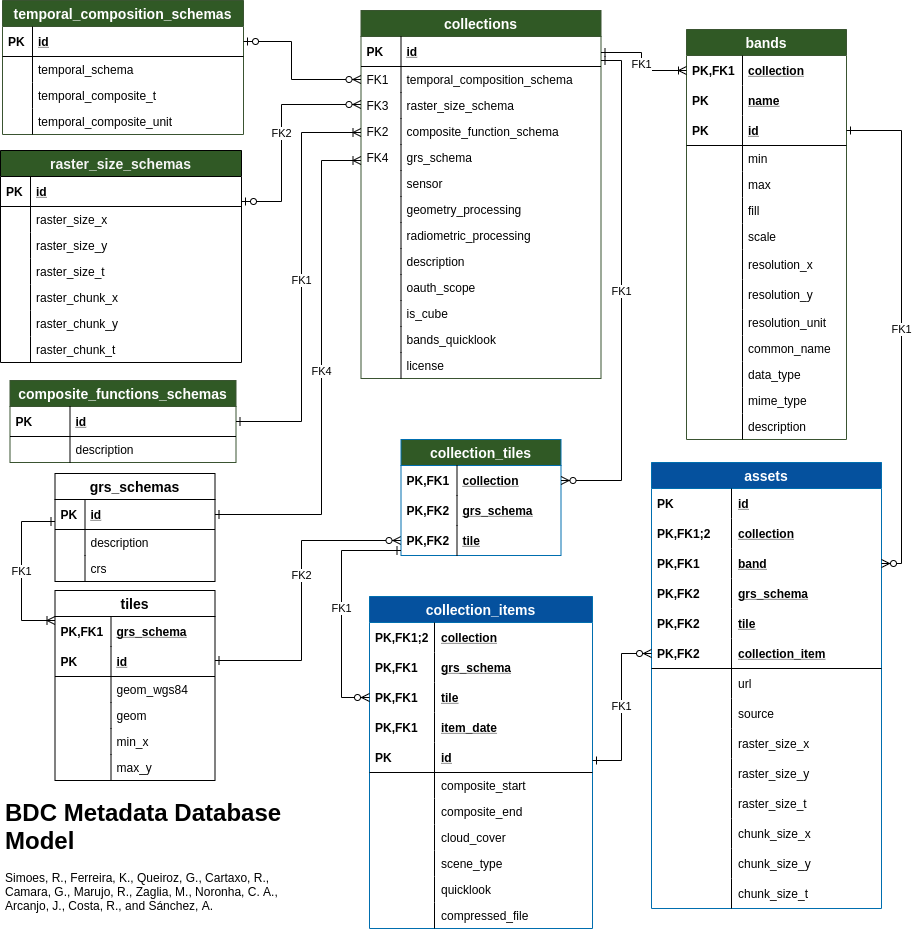
Before: doc/model/db-schema.png, a diagram exported from draw.io (brazil-data-cube/bdc-catalog). Source tidied: cells renumbered, new cells last; positions are measured from the earlier drawing's top-left corner, leaving out a move shared by most shapes.
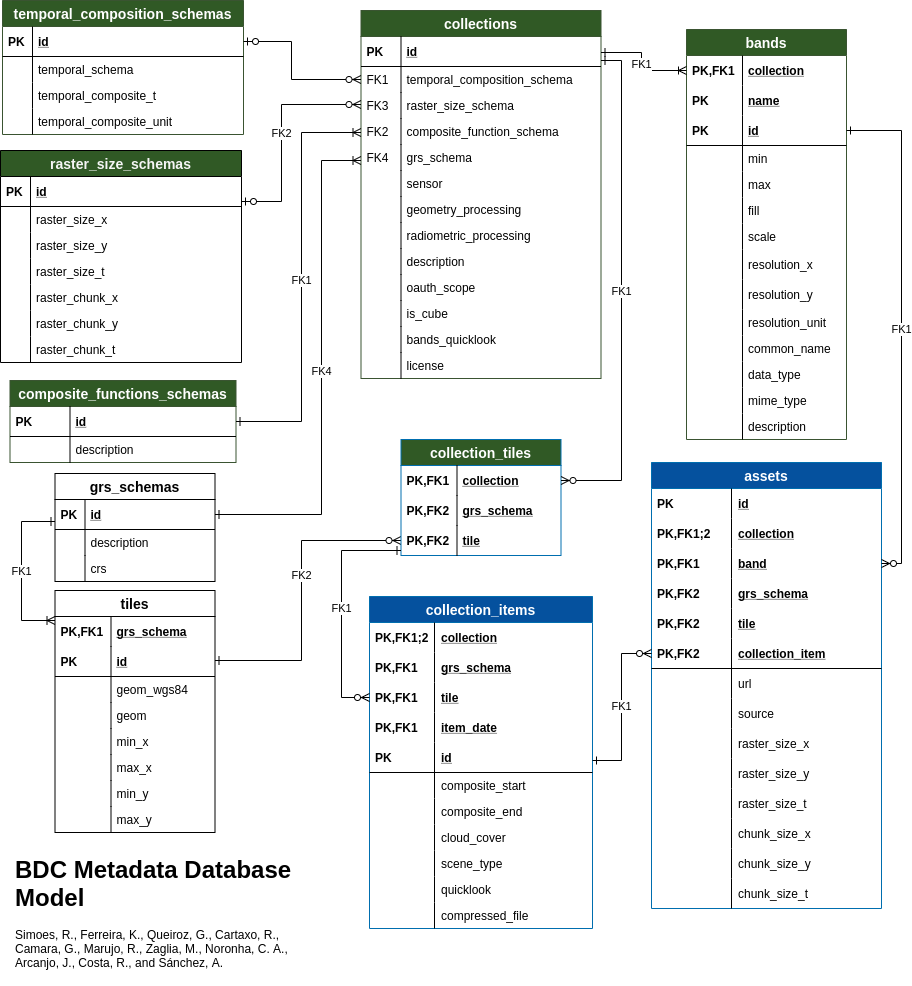
The same diagram one commit later.

Change to the diagram source:
```diff
@@ -179,7 +179,7 @@
       </mxGeometry>
     </mxCell>
     <mxCell id="59" value="tiles" style="swimlane;fontStyle=1;horizontal=1;startSize=26;swimlaneFillColor=#ffffff;align=center;fontSize=14;" parent="1" vertex="1">
-      <mxGeometry x="54.5" y="590" width="160" height="190" as="geometry" />
+      <mxGeometry x="54.5" y="590" width="160" height="242" as="geometry" />
     </mxCell>
     <mxCell id="60" value="grs_schema" style="shape=partialRectangle;top=0;left=0;right=0;bottom=0;align=left;verticalAlign=middle;fillColor=none;spacingLeft=60;spacingRight=4;overflow=hidden;points=[[0,0.5],[1,0.5]];portConstraint=eastwest;fontStyle=5;fontSize=12;" parent="59" vertex="1">
       <mxGeometry y="26" width="160" height="30" as="geometry" />
@@ -211,12 +211,24 @@
     <mxCell id="69" style="shape=partialRectangle;top=0;left=0;bottom=0;fillColor=none;align=left;verticalAlign=top;spacingLeft=4;spacingRight=4;overflow=hidden;fontSize=12;" parent="68" vertex="1">
       <mxGeometry width="56" height="26" as="geometry" />
     </mxCell>
-    <mxCell id="70" value="max_y" style="shape=partialRectangle;top=0;left=0;right=0;bottom=0;align=left;verticalAlign=top;fillColor=none;spacingLeft=60;spacingRight=4;overflow=hidden;fontSize=12;" parent="59" vertex="1">
+    <mxCell id="70" value="max_x" style="shape=partialRectangle;top=0;left=0;right=0;bottom=0;align=left;verticalAlign=top;fillColor=none;spacingLeft=60;spacingRight=4;overflow=hidden;fontSize=12;" parent="59" vertex="1">
       <mxGeometry y="164" width="160" height="26" as="geometry" />
     </mxCell>
     <mxCell id="71" style="shape=partialRectangle;top=0;left=0;bottom=0;fillColor=none;align=left;verticalAlign=top;spacingLeft=4;spacingRight=4;overflow=hidden;fontSize=12;" parent="70" vertex="1">
       <mxGeometry width="56" height="26" as="geometry" />
     </mxCell>
+    <mxCell id="178" value="min_y" style="shape=partialRectangle;top=0;left=0;right=0;bottom=0;align=left;verticalAlign=top;fillColor=none;spacingLeft=60;spacingRight=4;overflow=hidden;fontSize=12;" parent="59" vertex="1">
+      <mxGeometry y="190" width="160" height="26" as="geometry" />
+    </mxCell>
+    <mxCell id="179" style="shape=partialRectangle;top=0;left=0;bottom=0;fillColor=none;align=left;verticalAlign=top;spacingLeft=4;spacingRight=4;overflow=hidden;fontSize=12;" parent="178" vertex="1">
+      <mxGeometry width="56" height="26" as="geometry" />
+    </mxCell>
+    <mxCell id="180" value="max_y" style="shape=partialRectangle;top=0;left=0;right=0;bottom=0;align=left;verticalAlign=top;fillColor=none;spacingLeft=60;spacingRight=4;overflow=hidden;fontSize=12;" parent="59" vertex="1">
+      <mxGeometry y="216" width="160" height="26" as="geometry" />
+    </mxCell>
+    <mxCell id="181" style="shape=partialRectangle;top=0;left=0;bottom=0;fillColor=none;align=left;verticalAlign=top;spacingLeft=4;spacingRight=4;overflow=hidden;fontSize=12;" parent="180" vertex="1">
+      <mxGeometry width="56" height="26" as="geometry" />
+    </mxCell>
     <mxCell id="72" value="assets" style="swimlane;fontStyle=1;horizontal=1;startSize=26;fillColor=#05519E;swimlaneFillColor=#ffffff;align=center;fontSize=14;strokeColor=#006EAF;fontColor=#ffffff;" parent="1" vertex="1">
       <mxGeometry x="651" y="462" width="230" height="446" as="geometry" />
     </mxCell>
@@ -523,7 +535,7 @@
       </mxGeometry>
     </mxCell>
     <mxCell id="160" value="&lt;h1&gt;BDC Metadata Database Model&lt;/h1&gt;&lt;p&gt;Simoes, R., Ferreira, K., Queiroz, G., Cartaxo, R., Camara, G., Marujo, R., Zaglia, M., Noronha, C. A., Arcanjo, J., Costa, R., and Sánchez, A.&lt;/p&gt;" style="text;html=1;strokeColor=none;fillColor=none;spacing=5;spacingTop=-20;whiteSpace=wrap;overflow=hidden;rounded=0;" parent="1" vertex="1">
-      <mxGeometry y="793" width="286" height="135" as="geometry" />
+      <mxGeometry x="9.5" y="850" width="286" height="135" as="geometry" />
     </mxCell>
     <mxCell id="161" value="raster_size_schemas" style="swimlane;fontStyle=1;horizontal=1;startSize=26;swimlaneFillColor=#ffffff;align=center;fontSize=14;fillColor=#305925;strokeColor=#000000;fontColor=#F5F5F5;" parent="1" vertex="1">
       <mxGeometry y="150" width="241" height="212" as="geometry" />
```
